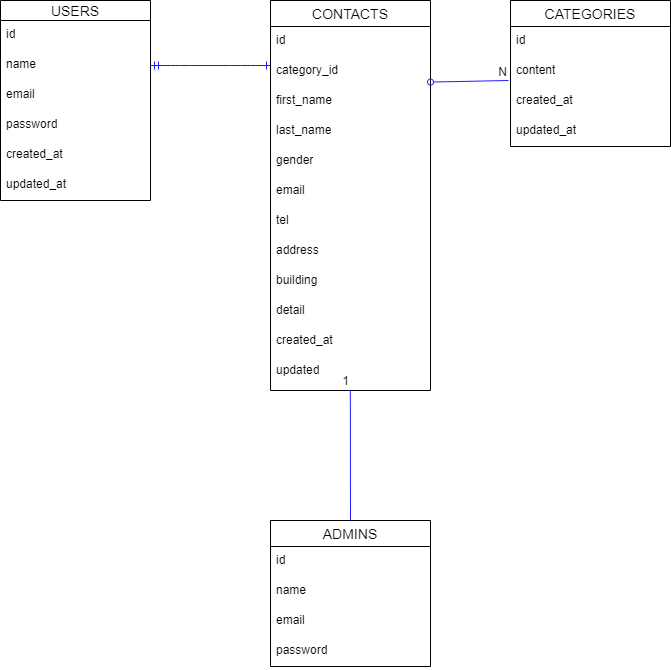
Before: er.png, a diagram exported from draw.io (KAE312/kakunintest1). Source tidied: cells renumbered, new cells last; positions are measured from the earlier drawing's top-left corner, leaving out a move shared by most shapes.
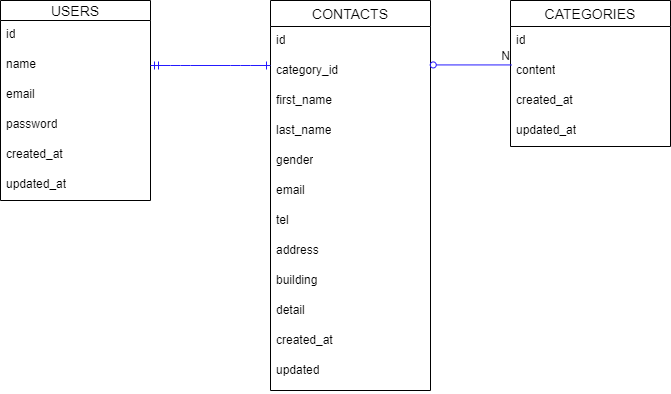
The same file after the commit.

Diff of the diagram source:
```diff
@@ -77,27 +77,6 @@
     <mxCell id="26" value="updated_at" style="text;strokeColor=none;fillColor=none;spacingLeft=4;spacingRight=4;overflow=hidden;fontSize=12;whiteSpace=wrap;html=1;" parent="22" vertex="1">
       <mxGeometry y="116" width="160" height="30" as="geometry" />
     </mxCell>
-    <mxCell id="27" value="ADMINS" style="swimlane;fontStyle=0;horizontal=1;startSize=26;align=center;fontSize=14;" parent="1" vertex="1">
-      <mxGeometry x="270" y="520" width="160" height="146" as="geometry" />
-    </mxCell>
-    <mxCell id="28" value="id" style="text;strokeColor=none;fillColor=none;spacingLeft=4;spacingRight=4;overflow=hidden;fontSize=12;whiteSpace=wrap;html=1;" parent="27" vertex="1">
-      <mxGeometry y="26" width="160" height="30" as="geometry" />
-    </mxCell>
-    <mxCell id="29" value="name" style="text;strokeColor=none;fillColor=none;spacingLeft=4;spacingRight=4;overflow=hidden;fontSize=12;whiteSpace=wrap;html=1;" parent="27" vertex="1">
-      <mxGeometry y="56" width="160" height="30" as="geometry" />
-    </mxCell>
-    <mxCell id="30" value="email" style="text;strokeColor=none;fillColor=none;spacingLeft=4;spacingRight=4;overflow=hidden;fontSize=12;whiteSpace=wrap;html=1;" parent="27" vertex="1">
-      <mxGeometry y="86" width="160" height="30" as="geometry" />
-    </mxCell>
-    <mxCell id="31" value="password" style="text;strokeColor=none;fillColor=none;spacingLeft=4;spacingRight=4;overflow=hidden;fontSize=12;whiteSpace=wrap;html=1;" parent="27" vertex="1">
-      <mxGeometry y="116" width="160" height="30" as="geometry" />
-    </mxCell>
-    <mxCell id="32" style="endArrow=none;html=1;rounded=0;exitX=0.5;exitY=0;exitDx=0;exitDy=0;entryX=0.499;entryY=0.978;entryDx=0;entryDy=0;entryPerimeter=0;strokeColor=#251AFF;" parent="1" edge="1" source="27" target="21">
-      <mxGeometry relative="1" as="geometry" />
-    </mxCell>
-    <mxCell id="33" value="1" style="html=1;whiteSpace=wrap;align=right;verticalAlign=bottom;" parent="32" vertex="1">
-      <mxGeometry x="1" relative="1" as="geometry" />
-    </mxCell>
     <mxCell id="34" style="edgeStyle=entityRelationEdgeStyle;fontSize=12;html=1;endArrow=ERone;endFill=1;exitX=1;exitY=0.5;exitDx=0;exitDy=0;strokeColor=#251AFF;sourcePerimeterSpacing=1;startArrow=ERmandOne;startFill=0;" parent="1" edge="1">
       <mxGeometry relative="1" as="geometry">
         <mxPoint x="150" y="65" as="sourcePoint" />
@@ -108,11 +87,8 @@
         </Array>
       </mxGeometry>
     </mxCell>
-    <mxCell id="35" style="endArrow=none;html=1;rounded=0;exitX=1.015;exitY=0.166;exitDx=0;exitDy=0;exitPerimeter=0;strokeColor=#251AFF;sourcePerimeterSpacing=0;startArrow=oval;startFill=0;jumpStyle=none;strokeWidth=1;" parent="1" edge="1">
-      <mxGeometry relative="1" as="geometry">
-        <mxPoint x="430" y="81.6" as="sourcePoint" />
-        <mxPoint x="508" y="80" as="targetPoint" />
-      </mxGeometry>
+    <mxCell id="35" style="endArrow=none;html=1;rounded=0;exitX=1.017;exitY=0.281;exitDx=0;exitDy=0;exitPerimeter=0;strokeColor=#251AFF;sourcePerimeterSpacing=0;startArrow=oval;startFill=0;jumpStyle=none;strokeWidth=1;entryX=0.006;entryY=0.281;entryDx=0;entryDy=0;entryPerimeter=0;" parent="1" edge="1" source="11" target="24">
+      <mxGeometry relative="1" as="geometry" />
     </mxCell>
     <mxCell id="36" value="N" style="html=1;whiteSpace=wrap;align=right;verticalAlign=bottom;" parent="35" vertex="1">
       <mxGeometry x="1" relative="1" as="geometry" />
```
